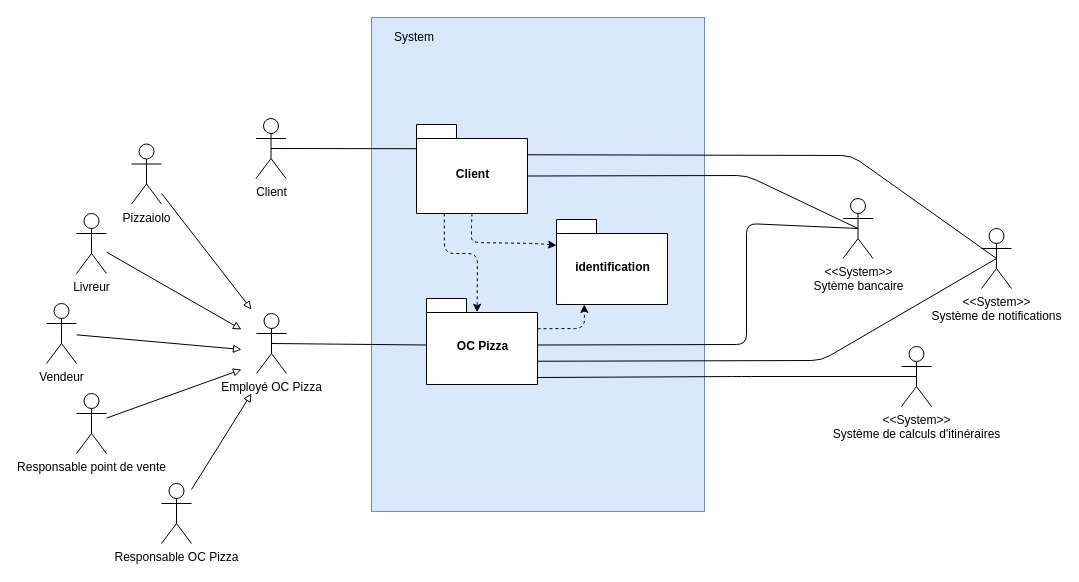
The draw.io diagram Diagramme de package.drawio in vinsbld/OCP, before the edit. Source tidied: cells renumbered, new cells numbered last; positions are measured from the earlier drawing's top-left corner, leaving out a move shared by most shapes. Both pictures are drawn from the tidied source at 100%, with x=0, y=0 at pixel (46, 17).
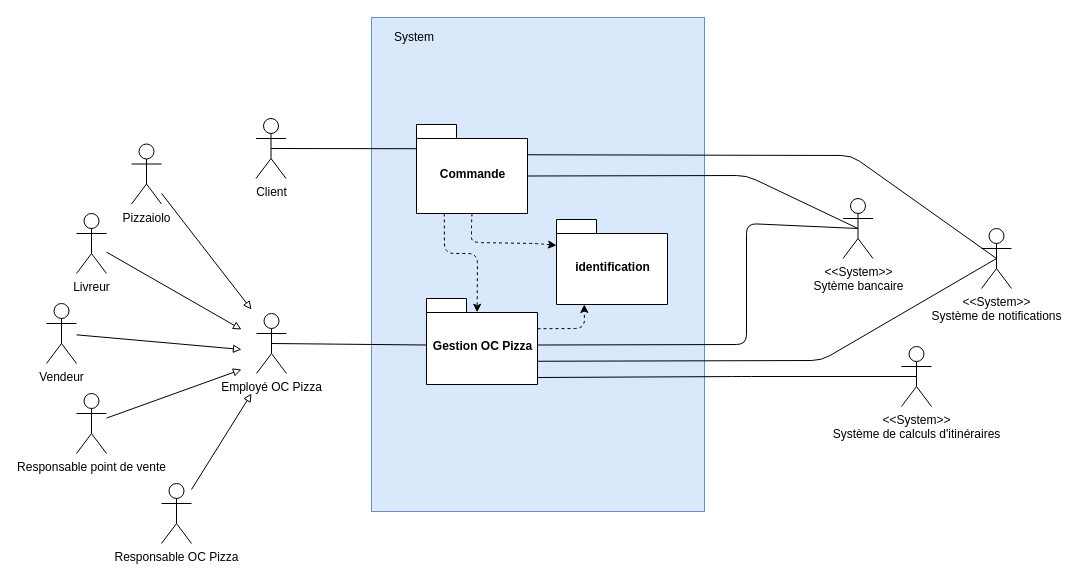
The same diagram, later.

Diff of the diagram source:
```diff
@@
-    <mxCell id="16" value="Client" style="shape=folder;fontStyle=1;spacingTop=10;tabWidth=40;tabHeight=14;tabPosition=left;html=1;" parent="1" vertex="1">
+    <mxCell id="16" value="Commande" style="shape=folder;fontStyle=1;spacingTop=10;tabWidth=40;tabHeight=14;tabPosition=left;html=1;" parent="1" vertex="1">
       <mxGeometry x="370" y="107" width="111" height="89" as="geometry" />
     </mxCell>
@@
-    <mxCell id="18" value="OC Pizza" style="shape=folder;fontStyle=1;spacingTop=10;tabWidth=40;tabHeight=14;tabPosition=left;html=1;" parent="1" vertex="1">
+    <mxCell id="18" value="Gestion OC Pizza" style="shape=folder;fontStyle=1;spacingTop=10;tabWidth=40;tabHeight=14;tabPosition=left;html=1;" parent="1" vertex="1">
       <mxGeometry x="380" y="281" width="111" height="86" as="geometry" />
     </mxCell>
```
